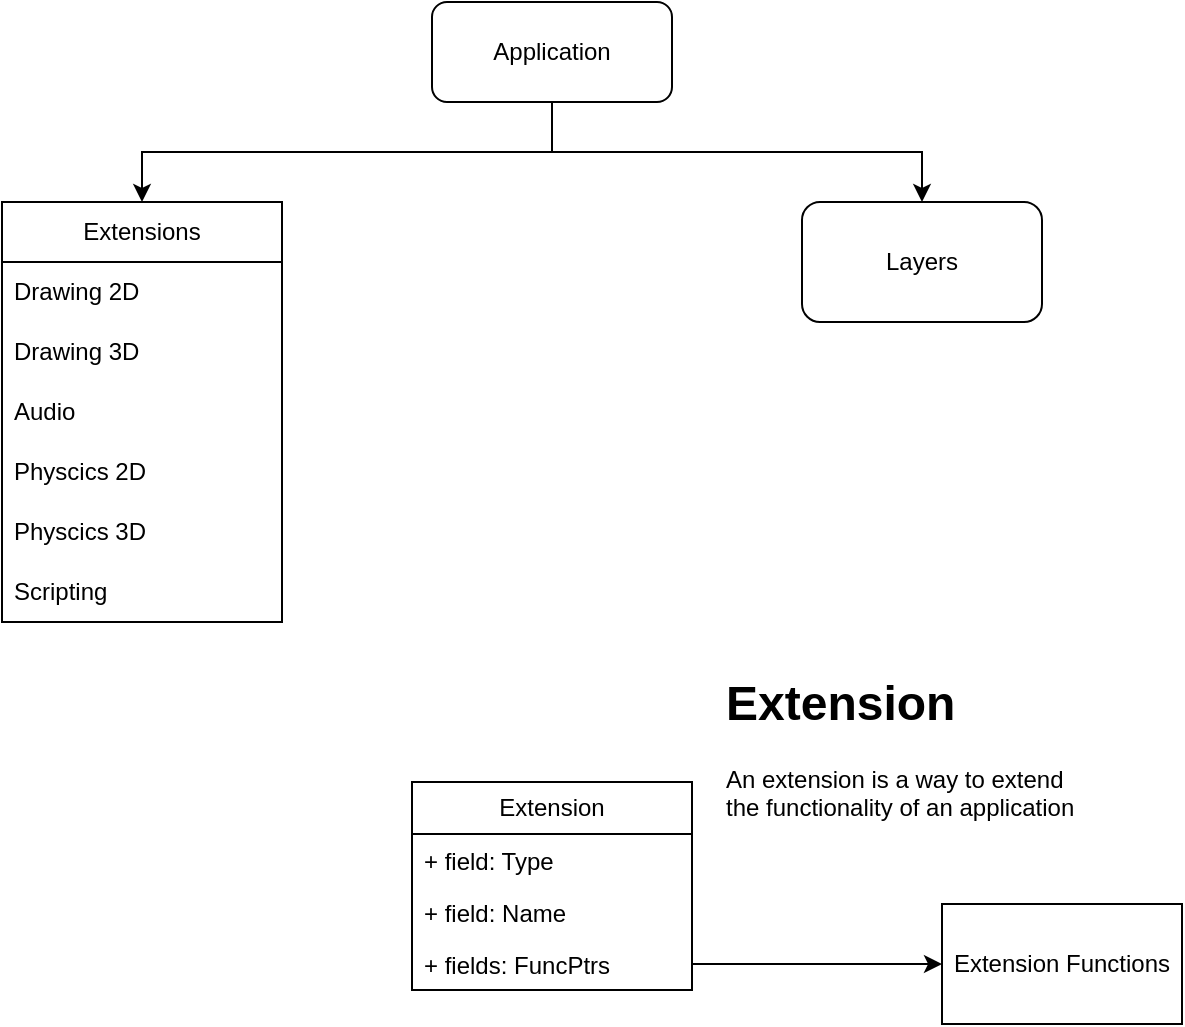
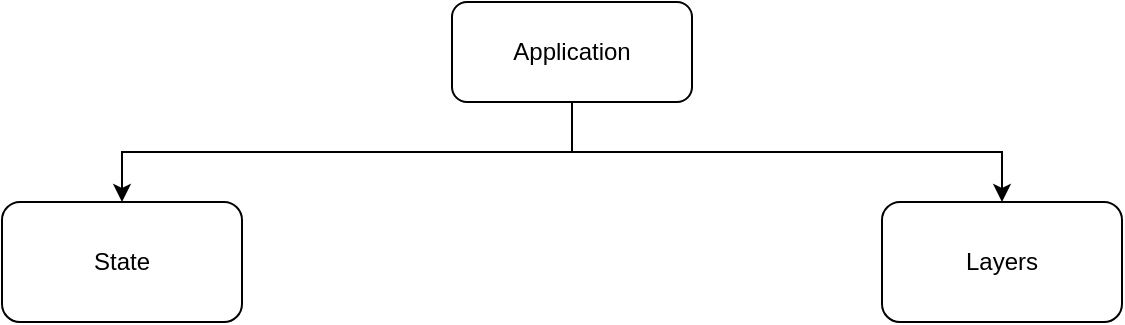
- <mxfile host="Electron">
+ <mxfile host="drawio-plugin" modified="2026-07-06T12:32:58.292Z" agent="Mozilla/5.0 (Windows NT 10.0; Win64; x64) AppleWebKit/537.36 (KHTML, like Gecko) Chrome/137.0.0.0 Safari/537.36" version="22.1.22" etag="qCXIhHbP_wgqgEUdENbY" type="embed">
  <diagram name="Page-1" id="2yvnFq0bsfwv76JylydM">
-     <mxGraphModel dx="2023" dy="861" grid="1" gridSize="10" guides="1" tooltips="1" connect="1" arrows="1" fold="1" page="1" pageScale="1" pageWidth="850" pageHeight="1100" math="0" shadow="0">
+     <mxGraphModel dx="1652" dy="837" grid="1" gridSize="10" guides="1" tooltips="1" connect="1" arrows="1" fold="1" page="1" pageScale="1" pageWidth="850" pageHeight="1100" math="0" shadow="0">
      <root>
        <mxCell id="0" />
        <mxCell id="1" parent="0" />
-         <mxCell id="8PmuK3dhkHam8fPyMYsj-11" edge="1" parent="1" source="8PmuK3dhkHam8fPyMYsj-1" style="edgeStyle=orthogonalEdgeStyle;rounded=0;orthogonalLoop=1;jettySize=auto;html=1;exitX=0.5;exitY=1;exitDx=0;exitDy=0;entryX=0.5;entryY=0;entryDx=0;entryDy=0;" target="8PmuK3dhkHam8fPyMYsj-9">
+         <mxCell id="8PmuK3dhkHam8fPyMYsj-11" style="edgeStyle=orthogonalEdgeStyle;rounded=0;orthogonalLoop=1;jettySize=auto;html=1;exitX=0.5;exitY=1;exitDx=0;exitDy=0;entryX=0.5;entryY=0;entryDx=0;entryDy=0;" parent="1" source="8PmuK3dhkHam8fPyMYsj-1" target="8PmuK3dhkHam8fPyMYsj-9" edge="1">
          <mxGeometry relative="1" as="geometry" />
        </mxCell>
-         <mxCell id="8PmuK3dhkHam8fPyMYsj-12" edge="1" parent="1" source="8PmuK3dhkHam8fPyMYsj-1" style="edgeStyle=orthogonalEdgeStyle;rounded=0;orthogonalLoop=1;jettySize=auto;html=1;exitX=0.5;exitY=1;exitDx=0;exitDy=0;entryX=0.5;entryY=0;entryDx=0;entryDy=0;" target="8PmuK3dhkHam8fPyMYsj-2">
+         <mxCell id="3" style="edgeStyle=orthogonalEdgeStyle;rounded=0;orthogonalLoop=1;jettySize=auto;html=1;exitX=0.5;exitY=1;exitDx=0;exitDy=0;entryX=0.5;entryY=0;entryDx=0;entryDy=0;" edge="1" parent="1" source="8PmuK3dhkHam8fPyMYsj-1" target="2">
          <mxGeometry relative="1" as="geometry" />
        </mxCell>
-         <mxCell id="8PmuK3dhkHam8fPyMYsj-1" parent="1" style="rounded=1;whiteSpace=wrap;html=1;" value="Application" vertex="1">
-           <mxGeometry height="50" width="120" x="365" y="30" as="geometry" />
+         <mxCell id="8PmuK3dhkHam8fPyMYsj-1" value="Application" style="rounded=1;whiteSpace=wrap;html=1;" parent="1" vertex="1">
+           <mxGeometry x="365" y="30" width="120" height="50" as="geometry" />
        </mxCell>
-         <mxCell id="8PmuK3dhkHam8fPyMYsj-2" parent="1" style="swimlane;fontStyle=0;childLayout=stackLayout;horizontal=1;startSize=30;horizontalStack=0;resizeParent=1;resizeParentMax=0;resizeLast=0;collapsible=1;marginBottom=0;whiteSpace=wrap;html=1;" value="Extensions" vertex="1">
-           <mxGeometry height="210" width="140" x="150" y="130" as="geometry" />
+         <mxCell id="8PmuK3dhkHam8fPyMYsj-9" value="Layers" style="rounded=1;whiteSpace=wrap;html=1;" parent="1" vertex="1">
+           <mxGeometry x="580" y="130" width="120" height="60" as="geometry" />
        </mxCell>
-         <mxCell id="8PmuK3dhkHam8fPyMYsj-3" parent="8PmuK3dhkHam8fPyMYsj-2" style="text;strokeColor=none;fillColor=none;align=left;verticalAlign=middle;spacingLeft=4;spacingRight=4;overflow=hidden;points=[[0,0.5],[1,0.5]];portConstraint=eastwest;rotatable=0;whiteSpace=wrap;html=1;" value="Drawing 2D" vertex="1">
-           <mxGeometry height="30" width="140" y="30" as="geometry" />
-         </mxCell>
-         <mxCell id="8PmuK3dhkHam8fPyMYsj-4" parent="8PmuK3dhkHam8fPyMYsj-2" style="text;strokeColor=none;fillColor=none;align=left;verticalAlign=middle;spacingLeft=4;spacingRight=4;overflow=hidden;points=[[0,0.5],[1,0.5]];portConstraint=eastwest;rotatable=0;whiteSpace=wrap;html=1;" value="Drawing 3D" vertex="1">
-           <mxGeometry height="30" width="140" y="60" as="geometry" />
-         </mxCell>
-         <mxCell id="8PmuK3dhkHam8fPyMYsj-5" parent="8PmuK3dhkHam8fPyMYsj-2" style="text;strokeColor=none;fillColor=none;align=left;verticalAlign=middle;spacingLeft=4;spacingRight=4;overflow=hidden;points=[[0,0.5],[1,0.5]];portConstraint=eastwest;rotatable=0;whiteSpace=wrap;html=1;" value="Audio" vertex="1">
-           <mxGeometry height="30" width="140" y="90" as="geometry" />
-         </mxCell>
-         <mxCell id="8PmuK3dhkHam8fPyMYsj-6" parent="8PmuK3dhkHam8fPyMYsj-2" style="text;strokeColor=none;fillColor=none;align=left;verticalAlign=middle;spacingLeft=4;spacingRight=4;overflow=hidden;points=[[0,0.5],[1,0.5]];portConstraint=eastwest;rotatable=0;whiteSpace=wrap;html=1;" value="Physcics 2D" vertex="1">
-           <mxGeometry height="30" width="140" y="120" as="geometry" />
-         </mxCell>
-         <mxCell id="8PmuK3dhkHam8fPyMYsj-7" parent="8PmuK3dhkHam8fPyMYsj-2" style="text;strokeColor=none;fillColor=none;align=left;verticalAlign=middle;spacingLeft=4;spacingRight=4;overflow=hidden;points=[[0,0.5],[1,0.5]];portConstraint=eastwest;rotatable=0;whiteSpace=wrap;html=1;" value="Physcics 3D" vertex="1">
-           <mxGeometry height="30" width="140" y="150" as="geometry" />
-         </mxCell>
-         <mxCell id="8PmuK3dhkHam8fPyMYsj-8" parent="8PmuK3dhkHam8fPyMYsj-2" style="text;strokeColor=none;fillColor=none;align=left;verticalAlign=middle;spacingLeft=4;spacingRight=4;overflow=hidden;points=[[0,0.5],[1,0.5]];portConstraint=eastwest;rotatable=0;whiteSpace=wrap;html=1;" value="Scripting" vertex="1">
-           <mxGeometry height="30" width="140" y="180" as="geometry" />
-         </mxCell>
-         <mxCell id="8PmuK3dhkHam8fPyMYsj-9" parent="1" style="rounded=1;whiteSpace=wrap;html=1;" value="Layers" vertex="1">
-           <mxGeometry height="60" width="120" x="550" y="130" as="geometry" />
-         </mxCell>
-         <mxCell id="8PmuK3dhkHam8fPyMYsj-14" parent="1" style="swimlane;fontStyle=0;childLayout=stackLayout;horizontal=1;startSize=26;fillColor=none;horizontalStack=0;resizeParent=1;resizeParentMax=0;resizeLast=0;collapsible=1;marginBottom=0;whiteSpace=wrap;html=1;" value="Extension" vertex="1">
-           <mxGeometry height="104" width="140" x="355" y="420" as="geometry" />
-         </mxCell>
-         <mxCell id="8PmuK3dhkHam8fPyMYsj-15" parent="8PmuK3dhkHam8fPyMYsj-14" style="text;strokeColor=none;fillColor=none;align=left;verticalAlign=top;spacingLeft=4;spacingRight=4;overflow=hidden;rotatable=0;points=[[0,0.5],[1,0.5]];portConstraint=eastwest;whiteSpace=wrap;html=1;" value="+ field: Type" vertex="1">
-           <mxGeometry height="26" width="140" y="26" as="geometry" />
-         </mxCell>
-         <mxCell id="8PmuK3dhkHam8fPyMYsj-16" parent="8PmuK3dhkHam8fPyMYsj-14" style="text;strokeColor=none;fillColor=none;align=left;verticalAlign=top;spacingLeft=4;spacingRight=4;overflow=hidden;rotatable=0;points=[[0,0.5],[1,0.5]];portConstraint=eastwest;whiteSpace=wrap;html=1;" value="+ field: N&lt;span style=&quot;background-color: transparent; color: light-dark(rgb(0, 0, 0), rgb(255, 255, 255));&quot;&gt;ame&lt;/span&gt;" vertex="1">
-           <mxGeometry height="26" width="140" y="52" as="geometry" />
-         </mxCell>
-         <mxCell id="8PmuK3dhkHam8fPyMYsj-17" parent="8PmuK3dhkHam8fPyMYsj-14" style="text;strokeColor=none;fillColor=none;align=left;verticalAlign=top;spacingLeft=4;spacingRight=4;overflow=hidden;rotatable=0;points=[[0,0.5],[1,0.5]];portConstraint=eastwest;whiteSpace=wrap;html=1;" value="+ fields: FuncPtrs&lt;div&gt;&lt;br&gt;&lt;/div&gt;" vertex="1">
-           <mxGeometry height="26" width="140" y="78" as="geometry" />
-         </mxCell>
-         <mxCell id="8PmuK3dhkHam8fPyMYsj-19" parent="1" style="rounded=0;whiteSpace=wrap;html=1;" value="Extension Functions" vertex="1">
-           <mxGeometry height="60" width="120" x="620" y="481" as="geometry" />
-         </mxCell>
-         <mxCell id="8PmuK3dhkHam8fPyMYsj-20" edge="1" parent="1" source="8PmuK3dhkHam8fPyMYsj-17" style="edgeStyle=orthogonalEdgeStyle;rounded=0;orthogonalLoop=1;jettySize=auto;html=1;exitX=1;exitY=0.5;exitDx=0;exitDy=0;entryX=0;entryY=0.5;entryDx=0;entryDy=0;" target="8PmuK3dhkHam8fPyMYsj-19">
-           <mxGeometry relative="1" as="geometry" />
-         </mxCell>
-         <mxCell id="8PmuK3dhkHam8fPyMYsj-21" parent="1" style="text;html=1;whiteSpace=wrap;overflow=hidden;rounded=0;" value="&lt;h1 style=&quot;margin-top: 0px;&quot;&gt;Extension&lt;/h1&gt;&lt;div&gt;An extension is a way to extend the functionality of an application&lt;/div&gt;" vertex="1">
-           <mxGeometry height="120" width="180" x="510" y="360" as="geometry" />
+         <mxCell id="2" value="State" style="rounded=1;whiteSpace=wrap;html=1;" vertex="1" parent="1">
+           <mxGeometry x="140" y="130" width="120" height="60" as="geometry" />
        </mxCell>
      </root>
    </mxGraphModel>
  </diagram>
</mxfile>
